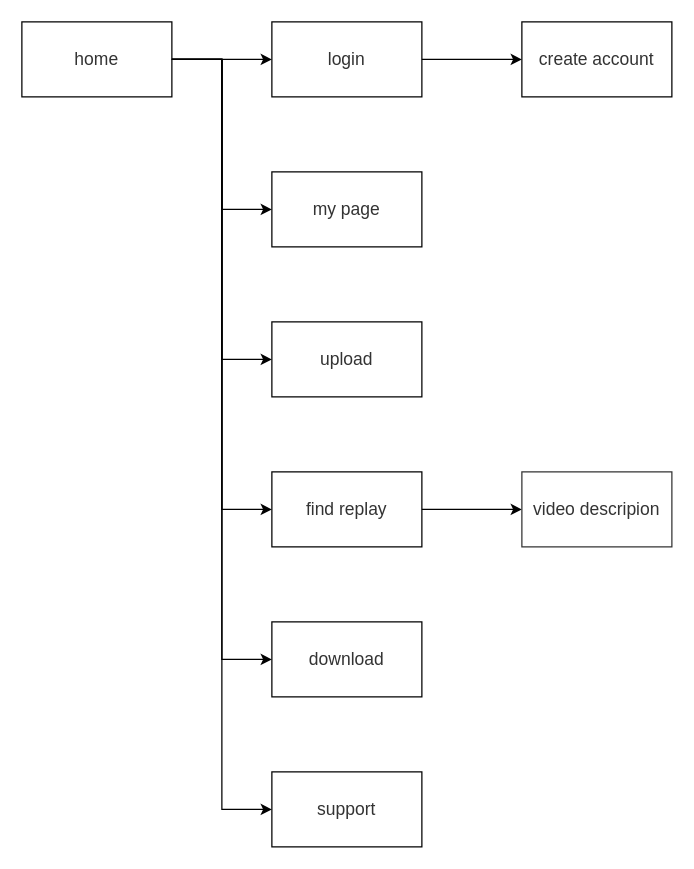
tforce7171/replay_-to_video keeps this draw.io diagram as page "Page-3" (3 of 5) of Untitled Diagram.drawio. Above is the earlier version. Source tidied: cells renumbered, new cells numbered last; positions are measured from the earlier drawing's top-left corner, leaving out a move shared by most shapes. Both pictures are drawn from the tidied source at 125%, with x=0, y=0 at pixel (21, 21).
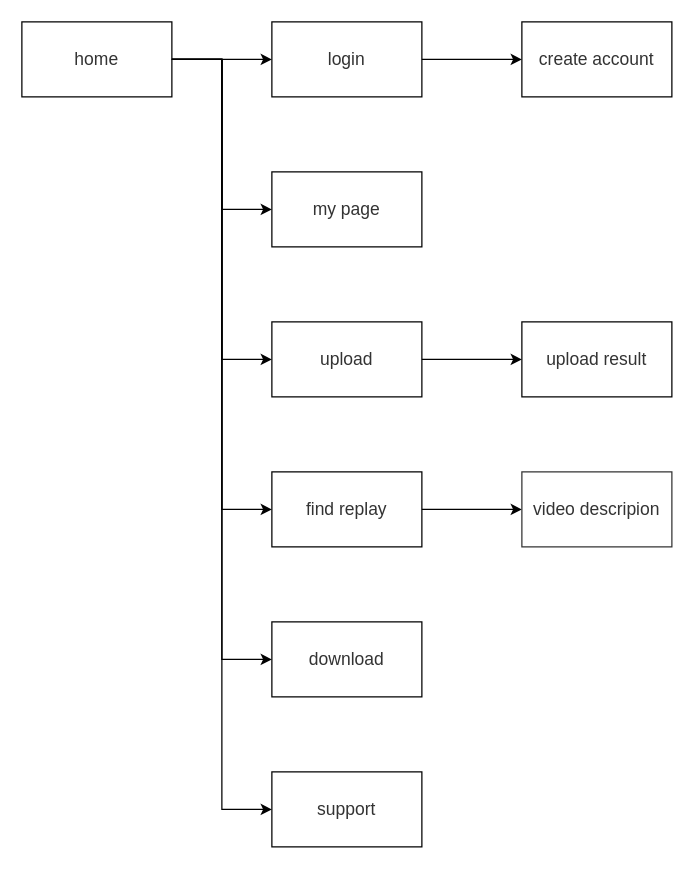
Above is the later version.

The change refers to these unchanged cells:
```xml
<mxCell id="11" value="upload" style="rounded=0;whiteSpace=wrap;html=1;fontSize=14;fontColor=#333333;fillColor=none;align=center;" parent="1" vertex="1">
  <mxGeometry x="200" y="240" width="120" height="60" as="geometry" />
</mxCell>
```

Change to the diagram source:
```diff
@@
+    <mxCell id="19" style="edgeStyle=orthogonalEdgeStyle;rounded=0;jettySize=auto;html=1;entryX=0;entryY=0.5;entryDx=0;entryDy=0;" parent="1" edge="1" source="11" target="20">
+      <mxGeometry relative="1" as="geometry" />
+    </mxCell>
@@
+    <mxCell id="20" value="upload result" style="rounded=0;whiteSpace=wrap;html=1;fontSize=14;fontColor=#333333;fillColor=none;align=center;" parent="1" vertex="1">
+      <mxGeometry x="400" y="240" width="120" height="60" as="geometry" />
+    </mxCell>
```
